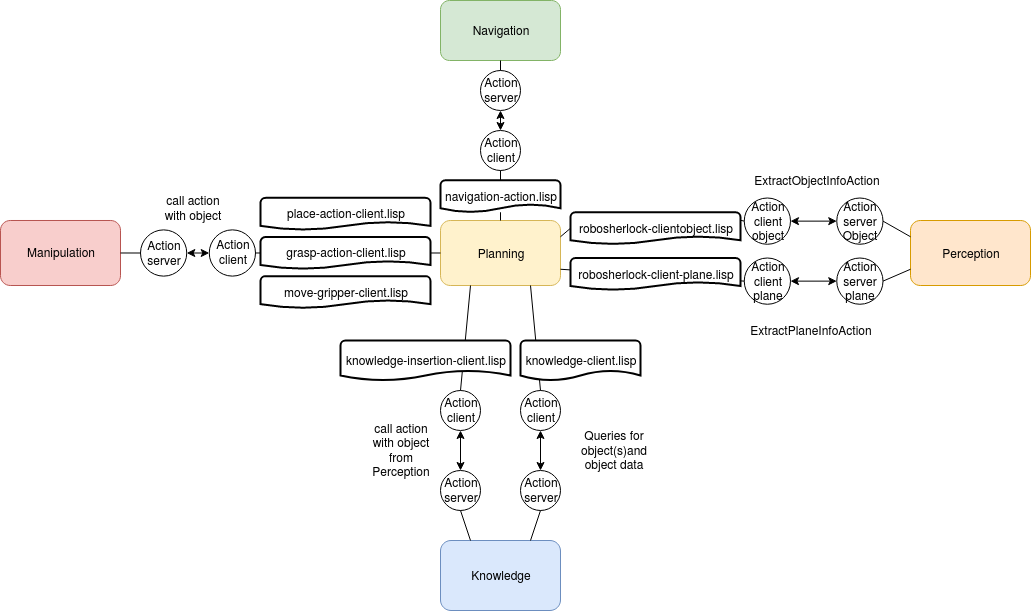
This is diagramms/Planning_with_files.png from SUTURO/suturo_resources, a draw.io export, as it was before one commit. Source tidied: cells renumbered, new cells last; positions are measured from the earlier drawing's top-left corner, leaving out a move shared by most shapes.
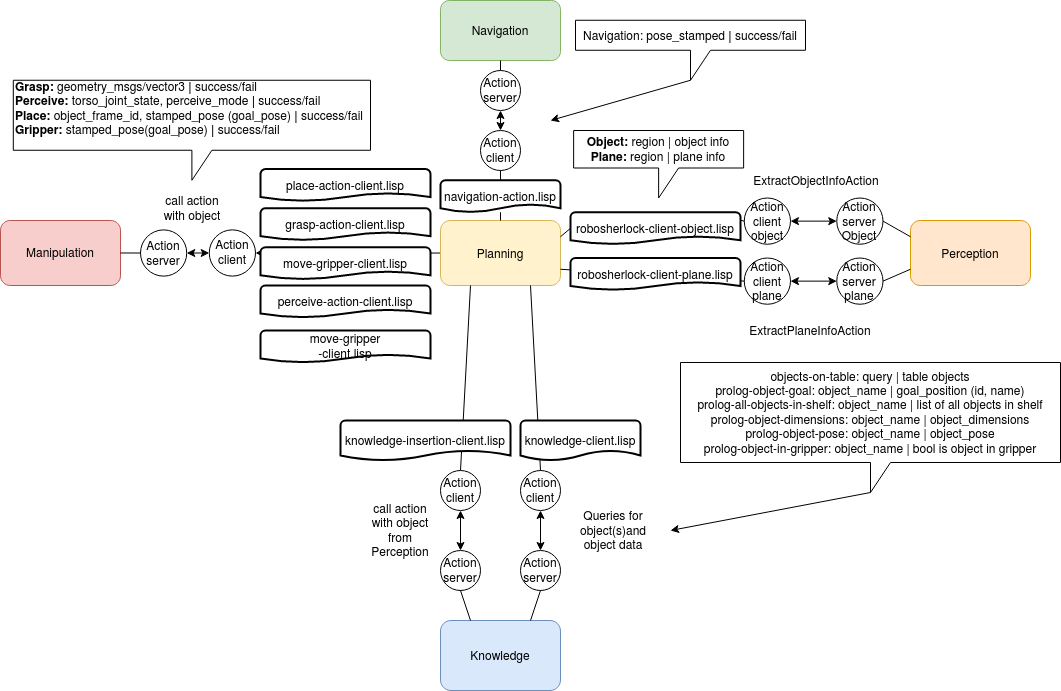
The same file after the commit.

Commit message:
added messages and missing clients to planning diagramm

Diff of the diagram source:
```diff
@@ -2,6 +2,9 @@
   <root>
     <mxCell id="0" />
     <mxCell id="1" parent="0" />
+    <mxCell id="53" style="edgeStyle=orthogonalEdgeStyle;rounded=0;jettySize=auto;html=1;exitX=0;exitY=0.5;exitDx=0;exitDy=0;entryX=1;entryY=0.5;entryDx=0;entryDy=0;" parent="1" edge="1" source="2" target="8">
+      <mxGeometry relative="1" as="geometry" />
+    </mxCell>
     <mxCell id="2" value="Planning" style="rounded=1;whiteSpace=wrap;html=1;fillColor=#fff2cc;strokeColor=#d6b656;" parent="1" vertex="1">
       <mxGeometry x="440" y="220" width="120" height="65" as="geometry" />
     </mxCell>
@@ -9,7 +12,7 @@
       <mxGeometry x="910" y="220" width="120" height="65" as="geometry" />
     </mxCell>
     <mxCell id="4" value="Knowledge" style="rounded=1;whiteSpace=wrap;html=1;fillColor=#dae8fc;strokeColor=#6c8ebf;" parent="1" vertex="1">
-      <mxGeometry x="440" y="540" width="120" height="70" as="geometry" />
+      <mxGeometry x="440" y="620" width="120" height="70" as="geometry" />
     </mxCell>
     <mxCell id="5" value="Manipulation" style="rounded=1;whiteSpace=wrap;html=1;fillColor=#f8cecc;strokeColor=#b85450;" parent="1" vertex="1">
       <mxGeometry y="220" width="120" height="65" as="geometry" />
@@ -29,17 +32,14 @@
     <mxCell id="10" style="endArrow=none;html=1;entryX=0;entryY=0.5;entryDx=0;entryDy=0;exitX=1;exitY=0.5;exitDx=0;exitDy=0;" parent="1" edge="1" source="5" target="7">
       <mxGeometry relative="1" as="geometry" />
     </mxCell>
-    <mxCell id="11" style="endArrow=none;html=1;exitX=1;exitY=0.5;exitDx=0;exitDy=0;entryX=0;entryY=0.5;entryDx=0;entryDy=0;" parent="1" edge="1" source="51" target="2">
-      <mxGeometry relative="1" as="geometry" />
-    </mxCell>
     <mxCell id="12" value="Action&lt;br&gt;server" style="ellipse;whiteSpace=wrap;html=1;direction=south;" parent="1" vertex="1">
-      <mxGeometry x="440" y="470" width="40" height="40" as="geometry" />
+      <mxGeometry x="440" y="550" width="40" height="40" as="geometry" />
     </mxCell>
     <mxCell id="13" style="endArrow=classic;startArrow=classic;html=1;entryX=0.5;entryY=1;entryDx=0;entryDy=0;" parent="1" edge="1" source="12" target="14">
       <mxGeometry relative="1" as="geometry" />
     </mxCell>
     <mxCell id="14" value="Action&lt;br&gt;client" style="ellipse;whiteSpace=wrap;html=1;" parent="1" vertex="1">
-      <mxGeometry x="440" y="390" width="40" height="40" as="geometry" />
+      <mxGeometry x="440" y="470" width="40" height="40" as="geometry" />
     </mxCell>
     <mxCell id="15" style="endArrow=none;html=1;exitX=0.25;exitY=1;exitDx=0;exitDy=0;entryX=0.5;entryY=0;entryDx=0;entryDy=0;" parent="1" edge="1" source="2" target="14">
       <mxGeometry relative="1" as="geometry" />
@@ -102,16 +102,16 @@
       <mxGeometry x="790" y="320" width="40" height="20" as="geometry" />
     </mxCell>
     <mxCell id="35" value="call action with object from Perception" style="text;html=1;strokeColor=none;fillColor=none;align=center;verticalAlign=middle;whiteSpace=wrap;rounded=0;" parent="1" vertex="1">
-      <mxGeometry x="370" y="440" width="60" height="20" as="geometry" />
+      <mxGeometry x="370" y="520" width="60" height="20" as="geometry" />
     </mxCell>
     <mxCell id="36" value="Queries for object(s)and object data" style="text;html=1;strokeColor=none;fillColor=none;align=center;verticalAlign=middle;whiteSpace=wrap;rounded=0;" parent="1" vertex="1">
-      <mxGeometry x="573.1" y="440" width="80" height="20" as="geometry" />
+      <mxGeometry x="573.1" y="520" width="80" height="20" as="geometry" />
     </mxCell>
     <mxCell id="37" value="Action&lt;br&gt;client" style="ellipse;whiteSpace=wrap;html=1;" parent="1" vertex="1">
-      <mxGeometry x="520" y="390" width="40" height="40" as="geometry" />
+      <mxGeometry x="520" y="470" width="40" height="40" as="geometry" />
     </mxCell>
     <mxCell id="38" value="Action&lt;br&gt;server" style="ellipse;whiteSpace=wrap;html=1;direction=south;" parent="1" vertex="1">
-      <mxGeometry x="520" y="470" width="40" height="40" as="geometry" />
+      <mxGeometry x="520" y="550" width="40" height="40" as="geometry" />
     </mxCell>
     <mxCell id="39" style="endArrow=classic;startArrow=classic;html=1;entryX=0.5;entryY=1;entryDx=0;entryDy=0;exitX=0;exitY=0.5;exitDx=0;exitDy=0;" parent="1" edge="1" source="38" target="37">
       <mxGeometry relative="1" as="geometry" />
@@ -123,12 +123,12 @@
       <mxGeometry relative="1" as="geometry" />
     </mxCell>
     <mxCell id="42" value="knowledge-client.lisp" style="strokeWidth=2;html=1;shape=mxgraph.flowchart.document2;whiteSpace=wrap;size=0.25;" parent="1" vertex="1">
-      <mxGeometry x="520" y="340" width="120" height="40" as="geometry" />
+      <mxGeometry x="520" y="420" width="120" height="40" as="geometry" />
     </mxCell>
     <mxCell id="43" value="knowledge-insertion-client.lisp" style="strokeWidth=2;html=1;shape=mxgraph.flowchart.document2;whiteSpace=wrap;size=0.25;" parent="1" vertex="1">
-      <mxGeometry x="340" y="340" width="170" height="40" as="geometry" />
+      <mxGeometry x="340" y="420" width="170" height="40" as="geometry" />
     </mxCell>
-    <mxCell id="44" value="&lt;div&gt;robosherlock-clientobject.lisp&lt;/div&gt;" style="strokeWidth=2;html=1;shape=mxgraph.flowchart.document2;whiteSpace=wrap;size=0.25;" parent="1" vertex="1">
+    <mxCell id="44" value="&lt;div&gt;robosherlock-client-object.lisp&lt;/div&gt;" style="strokeWidth=2;html=1;shape=mxgraph.flowchart.document2;whiteSpace=wrap;size=0.25;" parent="1" vertex="1">
       <mxGeometry x="570" y="211.8" width="170" height="32" as="geometry" />
     </mxCell>
     <mxCell id="45" style="endArrow=none;html=1;exitX=1;exitY=0.25;exitDx=0;exitDy=0;entryX=0;entryY=0.5;entryDx=0;entryDy=0;" parent="1" edge="1" source="2" target="44">
@@ -144,16 +144,41 @@
       <mxGeometry relative="1" as="geometry" />
     </mxCell>
     <mxCell id="49" value="&lt;div&gt;place-action-client.lisp&lt;/div&gt;" style="strokeWidth=2;html=1;shape=mxgraph.flowchart.document2;whiteSpace=wrap;size=0.25;" parent="1" vertex="1">
-      <mxGeometry x="260" y="197.4" width="170" height="32" as="geometry" />
+      <mxGeometry x="260" y="168.6" width="170" height="32" as="geometry" />
     </mxCell>
     <mxCell id="50" value="&lt;div&gt;move-gripper-client.lisp&lt;/div&gt;" style="strokeWidth=2;html=1;shape=mxgraph.flowchart.document2;whiteSpace=wrap;size=0.25;" parent="1" vertex="1">
-      <mxGeometry x="260" y="275.6" width="170" height="32" as="geometry" />
+      <mxGeometry x="260" y="246.8" width="170" height="32" as="geometry" />
     </mxCell>
     <mxCell id="51" value="&lt;div&gt;grasp-action-client.lisp&lt;/div&gt;" style="strokeWidth=2;html=1;shape=mxgraph.flowchart.document2;whiteSpace=wrap;size=0.25;" parent="1" vertex="1">
-      <mxGeometry x="260" y="236.5" width="170" height="32" as="geometry" />
+      <mxGeometry x="260" y="207.7" width="170" height="32" as="geometry" />
     </mxCell>
-    <mxCell id="52" style="endArrow=none;html=1;exitX=1;exitY=0.5;exitDx=0;exitDy=0;entryX=0;entryY=0.5;entryDx=0;entryDy=0;" parent="1" edge="1" source="8" target="51">
-      <mxGeometry relative="1" as="geometry" />
-    </mxCell>
+    <mxCell id="54" value="&lt;div align=&quot;left&quot;&gt;&lt;b&gt;Grasp:&lt;/b&gt; geometry_msgs/vector3 &lt;b&gt;|&lt;/b&gt; success/fail&lt;br&gt;&lt;/div&gt;&lt;div align=&quot;left&quot;&gt;&lt;b&gt;Perceive:&lt;/b&gt; torso_joint_state, perceive_mode &lt;b&gt;|&lt;/b&gt; success/fail&lt;/div&gt;&lt;div align=&quot;left&quot;&gt;&lt;b&gt;Place:&lt;/b&gt; object_frame_id, stamped_pose (goal_pose) &lt;b&gt;|&lt;/b&gt; success/fail&lt;/div&gt;&lt;div align=&quot;left&quot;&gt;&lt;b&gt;Gripper:&lt;/b&gt; stamped_pose(goal_pose) &lt;b&gt;|&lt;/b&gt; success/fail&lt;/div&gt;&lt;div align=&quot;left&quot;&gt;&lt;br&gt;&lt;/div&gt;" style="shape=callout;whiteSpace=wrap;html=1;perimeter=calloutPerimeter;align=left;" parent="1" vertex="1">
+      <mxGeometry x="12.8" y="79.8" width="357.2" height="100" as="geometry" />
+    </mxCell>
+    <mxCell id="55" value="&lt;div&gt;perceive-action-client.lisp&lt;/div&gt;" style="strokeWidth=2;html=1;shape=mxgraph.flowchart.document2;whiteSpace=wrap;size=0.25;" parent="1" vertex="1">
+      <mxGeometry x="260" y="285" width="170" height="32" as="geometry" />
+    </mxCell>
+    <mxCell id="56" value="&lt;div&gt;move-gripper&lt;/div&gt;&lt;div&gt;-client.lisp&lt;/div&gt;" style="strokeWidth=2;html=1;shape=mxgraph.flowchart.document2;whiteSpace=wrap;size=0.25;" parent="1" vertex="1">
+      <mxGeometry x="260" y="330" width="170" height="32" as="geometry" />
+    </mxCell>
+    <mxCell id="57" value="Navigation: pose_stamped &lt;b&gt;|&lt;/b&gt; success/fail" style="shape=callout;whiteSpace=wrap;html=1;perimeter=calloutPerimeter;rotation=0;" parent="1" vertex="1">
+      <mxGeometry x="575" y="19.8" width="230" height="60" as="geometry" />
+    </mxCell>
+    <mxCell id="58" value="&lt;div&gt;&lt;b&gt;Object:&lt;/b&gt; region | object info&lt;br&gt;&lt;/div&gt;&lt;div&gt;&lt;b&gt;Plane: &lt;/b&gt;region | plane info&lt;br&gt;&lt;/div&gt;" style="shape=callout;whiteSpace=wrap;html=1;perimeter=calloutPerimeter;" parent="1" vertex="1">
+      <mxGeometry x="573.1" y="130" width="170" height="67.5" as="geometry" />
+    </mxCell>
+    <mxCell id="59" style="endArrow=classic;html=1;exitX=0;exitY=0;exitDx=115;exitDy=60;exitPerimeter=0;" parent="1" edge="1" source="57">
+      <mxGeometry relative="1" as="geometry">
+        <mxPoint x="550" y="120" as="targetPoint" />
+      </mxGeometry>
+    </mxCell>
+    <mxCell id="60" value="&lt;div&gt;objects-on-table: query | table objects&lt;/div&gt;&lt;div&gt;prolog-object-goal: object_name | goal_position (id, name) &lt;br&gt;&lt;/div&gt;&lt;div&gt;prolog-all-objects-in-shelf: object_name | list of all objects in shelf&lt;/div&gt;&lt;div&gt;prolog-object-dimensions: object_name | object_dimensions&lt;/div&gt;&lt;div&gt;prolog-object-pose: object_name | object_pose&lt;/div&gt;&lt;div&gt;prolog-object-in-gripper: object_name | bool is object in gripper&lt;br&gt;&lt;/div&gt;" style="shape=callout;whiteSpace=wrap;html=1;perimeter=calloutPerimeter;" parent="1" vertex="1">
+      <mxGeometry x="680" y="362" width="380" height="130" as="geometry" />
+    </mxCell>
+    <mxCell id="61" style="endArrow=classic;html=1;exitX=0;exitY=0;exitDx=190;exitDy=130;exitPerimeter=0;" parent="1" edge="1" source="60">
+      <mxGeometry relative="1" as="geometry">
+        <mxPoint x="670" y="530" as="targetPoint" />
+      </mxGeometry>
+    </mxCell>
   </root>
 </mxGraphModel>
```
